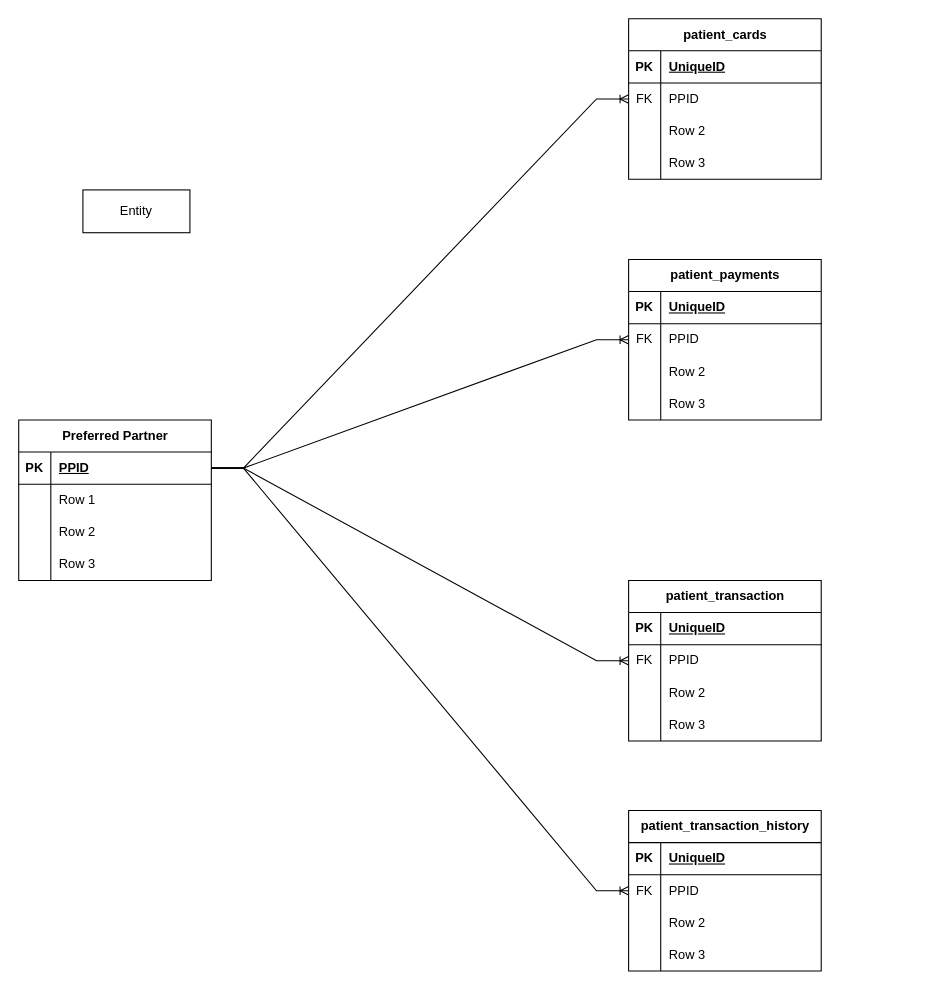
Above: Preferred Partner Entity Relation.drawio in fkbhatti/EHR_Diagrams (draw.io), before the change. Source tidied: cells renumbered, new cells numbered last; positions are measured from the earlier drawing's top-left corner, leaving out a move shared by most shapes. Both pictures are drawn from the tidied source at 107%, with x=0, y=0 at pixel (18, 18).
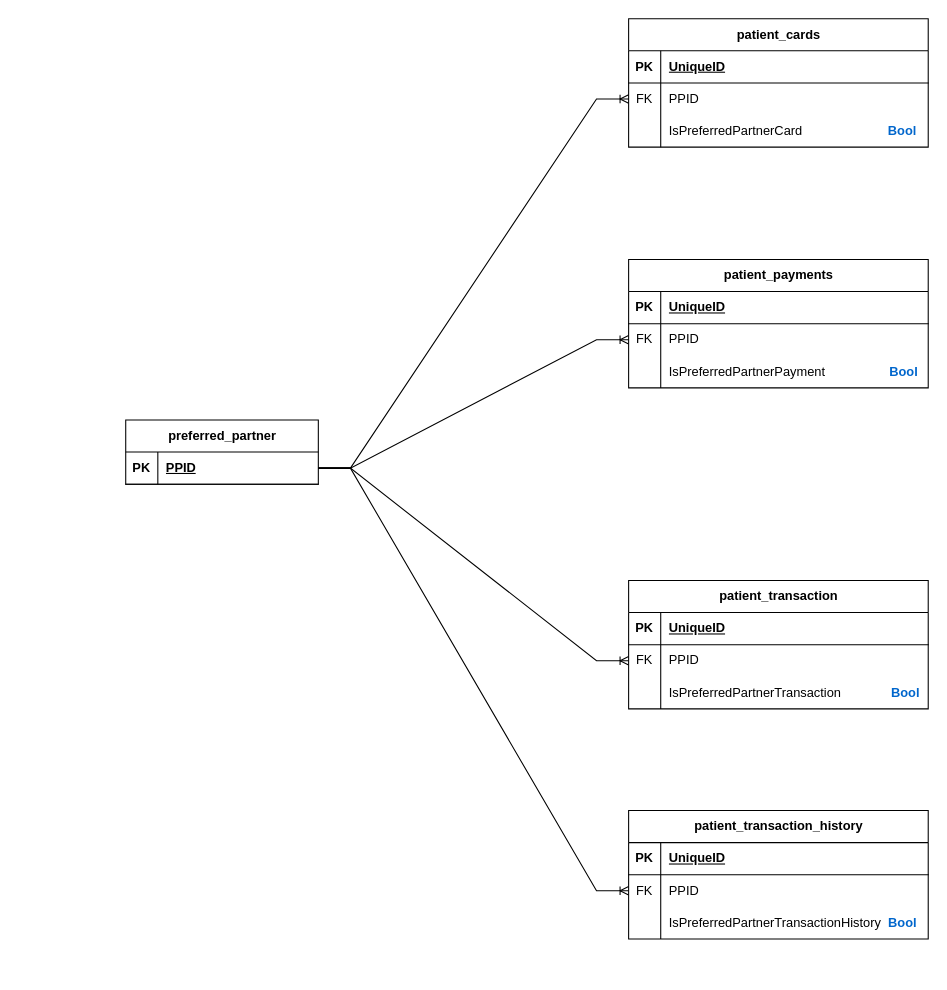
After the change.

Change to the diagram source:
```diff
@@
     <mxCell id="2" value="patient_cards" style="shape=table;startSize=30;childLayout=tableLayout;rowLines=0;fontStyle=1;align=center;html=1;" parent="1" vertex="1">
-      <mxGeometry x="570" width="180" height="150" as="geometry" />
+      <mxGeometry x="570" width="280" height="120" as="geometry" />
     </mxCell>
     <mxCell id="3" style="shape=tableRow;horizontal=0;startSize=0;swimlaneHead=0;swimlaneBody=0;fillColor=none;top=0;left=0;right=0;bottom=1;" parent="2" vertex="1">
-      <mxGeometry y="30" width="180" height="30" as="geometry" />
+      <mxGeometry y="30" width="280" height="30" as="geometry" />
     </mxCell>
@@
     <mxCell id="5" value="UniqueID" style="shape=partialRectangle;fillColor=none;top=0;left=0;bottom=0;right=0;align=left;spacingLeft=6;fontStyle=5;overflow=hidden;whiteSpace=wrap;html=1;" parent="3" vertex="1">
-      <mxGeometry x="30" width="150" height="30" as="geometry" />
+      <mxGeometry x="30" width="250" height="30" as="geometry" />
     </mxCell>
     <mxCell id="6" style="shape=tableRow;horizontal=0;startSize=0;swimlaneHead=0;swimlaneBody=0;fillColor=none;points=[[0,0.5],[1,0.5]];portConstraint=eastwest;top=0;left=0;right=0;bottom=0;" parent="2" vertex="1">
-      <mxGeometry y="60" width="180" height="30" as="geometry" />
+      <mxGeometry y="60" width="280" height="30" as="geometry" />
     </mxCell>
@@
     <mxCell id="8" value="PPID" style="shape=partialRectangle;fillColor=none;top=0;left=0;bottom=0;right=0;align=left;spacingLeft=6;overflow=hidden;whiteSpace=wrap;html=1;" parent="6" vertex="1">
-      <mxGeometry x="30" width="150" height="30" as="geometry" />
+      <mxGeometry x="30" width="250" height="30" as="geometry" />
     </mxCell>
     <mxCell id="9" style="shape=tableRow;horizontal=0;startSize=0;swimlaneHead=0;swimlaneBody=0;fillColor=none;top=0;left=0;right=0;bottom=0;" parent="2" vertex="1">
-      <mxGeometry y="90" width="180" height="30" as="geometry" />
+      <mxGeometry y="90" width="280" height="30" as="geometry" />
     </mxCell>
@@
-    <mxCell id="11" value="Row 2" style="shape=partialRectangle;fillColor=none;top=0;left=0;bottom=0;right=0;align=left;spacingLeft=6;overflow=hidden;whiteSpace=wrap;html=1;" parent="9" vertex="1">
-      <mxGeometry x="30" width="150" height="30" as="geometry" />
+    <mxCell id="11" value="IsPreferredPartnerCard&amp;nbsp; &amp;nbsp; &amp;nbsp; &amp;nbsp; &amp;nbsp; &amp;nbsp; &amp;nbsp; &amp;nbsp; &amp;nbsp; &amp;nbsp; &amp;nbsp; &amp;nbsp; &lt;b&gt;&lt;font color=&quot;#0066cc&quot;&gt;Bool&lt;/font&gt;&lt;/b&gt;" style="shape=partialRectangle;fillColor=none;top=0;left=0;bottom=0;right=0;align=left;spacingLeft=6;overflow=hidden;whiteSpace=wrap;html=1;" parent="9" vertex="1">
+      <mxGeometry x="30" width="250" height="30" as="geometry" />
     </mxCell>
-    <mxCell id="12" style="shape=tableRow;horizontal=0;startSize=0;swimlaneHead=0;swimlaneBody=0;fillColor=none;top=0;left=0;right=0;bottom=0;" parent="2" vertex="1">
-      <mxGeometry y="120" width="180" height="30" as="geometry" />
-    </mxCell>
-    <mxCell id="13" style="shape=partialRectangle;fillColor=none;top=0;left=0;bottom=0;right=0;overflow=hidden;whiteSpace=wrap;html=1;" parent="12" vertex="1">
-      <mxGeometry width="30" height="30" as="geometry" />
-    </mxCell>
-    <mxCell id="14" value="Row 3" style="shape=partialRectangle;fillColor=none;top=0;left=0;bottom=0;right=0;align=left;spacingLeft=6;overflow=hidden;whiteSpace=wrap;html=1;" parent="12" vertex="1">
-      <mxGeometry x="30" width="150" height="30" as="geometry" />
-    </mxCell>
     <mxCell id="15" value="patient_payments" style="shape=table;startSize=30;childLayout=tableLayout;rowLines=0;fontStyle=1;align=center;html=1;" parent="1" vertex="1">
-      <mxGeometry x="570" y="225" width="180" height="150" as="geometry" />
+      <mxGeometry x="570" y="225" width="280" height="120" as="geometry" />
     </mxCell>
     <mxCell id="16" style="shape=tableRow;horizontal=0;startSize=0;swimlaneHead=0;swimlaneBody=0;fillColor=none;top=0;left=0;right=0;bottom=1;" parent="15" vertex="1">
-      <mxGeometry y="30" width="180" height="30" as="geometry" />
+      <mxGeometry y="30" width="280" height="30" as="geometry" />
     </mxCell>
@@
     <mxCell id="18" value="UniqueID" style="shape=partialRectangle;fillColor=none;top=0;left=0;bottom=0;right=0;align=left;spacingLeft=6;fontStyle=5;overflow=hidden;whiteSpace=wrap;html=1;" parent="16" vertex="1">
-      <mxGeometry x="30" width="150" height="30" as="geometry" />
+      <mxGeometry x="30" width="250" height="30" as="geometry" />
     </mxCell>
     <mxCell id="19" style="shape=tableRow;horizontal=0;startSize=0;swimlaneHead=0;swimlaneBody=0;fillColor=none;points=[[0,0.5],[1,0.5]];portConstraint=eastwest;top=0;left=0;right=0;bottom=0;" parent="15" vertex="1">
-      <mxGeometry y="60" width="180" height="30" as="geometry" />
+      <mxGeometry y="60" width="280" height="30" as="geometry" />
     </mxCell>
@@
     <mxCell id="21" value="PPID" style="shape=partialRectangle;fillColor=none;top=0;left=0;bottom=0;right=0;align=left;spacingLeft=6;overflow=hidden;whiteSpace=wrap;html=1;" parent="19" vertex="1">
-      <mxGeometry x="30" width="150" height="30" as="geometry" />
+      <mxGeometry x="30" width="250" height="30" as="geometry" />
     </mxCell>
     <mxCell id="22" style="shape=tableRow;horizontal=0;startSize=0;swimlaneHead=0;swimlaneBody=0;fillColor=none;top=0;left=0;right=0;bottom=0;" parent="15" vertex="1">
-      <mxGeometry y="90" width="180" height="30" as="geometry" />
+      <mxGeometry y="90" width="280" height="30" as="geometry" />
     </mxCell>
@@
-    <mxCell id="24" value="Row 2" style="shape=partialRectangle;fillColor=none;top=0;left=0;bottom=0;right=0;align=left;spacingLeft=6;overflow=hidden;whiteSpace=wrap;html=1;" parent="22" vertex="1">
-      <mxGeometry x="30" width="150" height="30" as="geometry" />
+    <mxCell id="24" value="IsPreferredPartnerPayment&amp;nbsp; &amp;nbsp; &amp;nbsp; &amp;nbsp; &amp;nbsp; &amp;nbsp; &amp;nbsp; &amp;nbsp; &amp;nbsp; &lt;b&gt;&lt;font color=&quot;#0066cc&quot;&gt;Bool&lt;/font&gt;&lt;/b&gt;" style="shape=partialRectangle;fillColor=none;top=0;left=0;bottom=0;right=0;align=left;spacingLeft=6;overflow=hidden;whiteSpace=wrap;html=1;" parent="22" vertex="1">
+      <mxGeometry x="30" width="250" height="30" as="geometry" />
     </mxCell>
-    <mxCell id="25" style="shape=tableRow;horizontal=0;startSize=0;swimlaneHead=0;swimlaneBody=0;fillColor=none;top=0;left=0;right=0;bottom=0;" parent="15" vertex="1">
-      <mxGeometry y="120" width="180" height="30" as="geometry" />
-    </mxCell>
-    <mxCell id="26" style="shape=partialRectangle;fillColor=none;top=0;left=0;bottom=0;right=0;overflow=hidden;whiteSpace=wrap;html=1;" parent="25" vertex="1">
-      <mxGeometry width="30" height="30" as="geometry" />
-    </mxCell>
-    <mxCell id="27" value="Row 3" style="shape=partialRectangle;fillColor=none;top=0;left=0;bottom=0;right=0;align=left;spacingLeft=6;overflow=hidden;whiteSpace=wrap;html=1;" parent="25" vertex="1">
-      <mxGeometry x="30" width="150" height="30" as="geometry" />
-    </mxCell>
     <mxCell id="28" value="patient_transaction" style="shape=table;startSize=30;childLayout=tableLayout;rowLines=0;fontStyle=1;align=center;html=1;" parent="1" vertex="1">
-      <mxGeometry x="570" y="525" width="180" height="150" as="geometry" />
+      <mxGeometry x="570" y="525" width="280" height="120" as="geometry" />
     </mxCell>
     <mxCell id="29" style="shape=tableRow;horizontal=0;startSize=0;swimlaneHead=0;swimlaneBody=0;fillColor=none;top=0;left=0;right=0;bottom=1;" parent="28" vertex="1">
-      <mxGeometry y="30" width="180" height="30" as="geometry" />
+      <mxGeometry y="30" width="280" height="30" as="geometry" />
     </mxCell>
@@
     <mxCell id="31" value="UniqueID" style="shape=partialRectangle;fillColor=none;top=0;left=0;bottom=0;right=0;align=left;spacingLeft=6;fontStyle=5;overflow=hidden;whiteSpace=wrap;html=1;" parent="29" vertex="1">
-      <mxGeometry x="30" width="150" height="30" as="geometry" />
+      <mxGeometry x="30" width="250" height="30" as="geometry" />
     </mxCell>
     <mxCell id="32" style="shape=tableRow;horizontal=0;startSize=0;swimlaneHead=0;swimlaneBody=0;fillColor=none;points=[[0,0.5],[1,0.5]];portConstraint=eastwest;top=0;left=0;right=0;bottom=0;" parent="28" vertex="1">
-      <mxGeometry y="60" width="180" height="30" as="geometry" />
+      <mxGeometry y="60" width="280" height="30" as="geometry" />
     </mxCell>
@@
     <mxCell id="34" value="PPID" style="shape=partialRectangle;fillColor=none;top=0;left=0;bottom=0;right=0;align=left;spacingLeft=6;overflow=hidden;whiteSpace=wrap;html=1;" parent="32" vertex="1">
-      <mxGeometry x="30" width="150" height="30" as="geometry" />
+      <mxGeometry x="30" width="250" height="30" as="geometry" />
     </mxCell>
     <mxCell id="35" style="shape=tableRow;horizontal=0;startSize=0;swimlaneHead=0;swimlaneBody=0;fillColor=none;top=0;left=0;right=0;bottom=0;" parent="28" vertex="1">
-      <mxGeometry y="90" width="180" height="30" as="geometry" />
+      <mxGeometry y="90" width="280" height="30" as="geometry" />
     </mxCell>
@@
-    <mxCell id="37" value="Row 2" style="shape=partialRectangle;fillColor=none;top=0;left=0;bottom=0;right=0;align=left;spacingLeft=6;overflow=hidden;whiteSpace=wrap;html=1;" parent="35" vertex="1">
-      <mxGeometry x="30" width="150" height="30" as="geometry" />
+    <mxCell id="37" value="IsPreferredPartnerTransaction&amp;nbsp; &amp;nbsp; &amp;nbsp; &amp;nbsp; &amp;nbsp; &amp;nbsp; &amp;nbsp; &lt;b&gt;&lt;font color=&quot;#0066cc&quot;&gt;Bool&lt;/font&gt;&lt;/b&gt;" style="shape=partialRectangle;fillColor=none;top=0;left=0;bottom=0;right=0;align=left;spacingLeft=6;overflow=hidden;whiteSpace=wrap;html=1;" parent="35" vertex="1">
+      <mxGeometry x="30" width="250" height="30" as="geometry" />
     </mxCell>
-    <mxCell id="38" style="shape=tableRow;horizontal=0;startSize=0;swimlaneHead=0;swimlaneBody=0;fillColor=none;top=0;left=0;right=0;bottom=0;" parent="28" vertex="1">
-      <mxGeometry y="120" width="180" height="30" as="geometry" />
-    </mxCell>
-    <mxCell id="39" style="shape=partialRectangle;fillColor=none;top=0;left=0;bottom=0;right=0;overflow=hidden;whiteSpace=wrap;html=1;" parent="38" vertex="1">
-      <mxGeometry width="30" height="30" as="geometry" />
-    </mxCell>
-    <mxCell id="40" value="Row 3" style="shape=partialRectangle;fillColor=none;top=0;left=0;bottom=0;right=0;align=left;spacingLeft=6;overflow=hidden;whiteSpace=wrap;html=1;" parent="38" vertex="1">
-      <mxGeometry x="30" width="150" height="30" as="geometry" />
-    </mxCell>
     <mxCell id="41" value="patient_transaction_history" style="shape=table;startSize=30;childLayout=tableLayout;rowLines=0;fontStyle=1;align=center;html=1;" parent="1" vertex="1">
-      <mxGeometry x="570" y="740" width="180" height="150" as="geometry" />
+      <mxGeometry x="570" y="740" width="280" height="120" as="geometry" />
     </mxCell>
     <mxCell id="42" style="shape=tableRow;horizontal=0;startSize=0;swimlaneHead=0;swimlaneBody=0;fillColor=none;top=0;left=0;right=0;bottom=1;" parent="41" vertex="1">
-      <mxGeometry y="30" width="180" height="30" as="geometry" />
+      <mxGeometry y="30" width="280" height="30" as="geometry" />
     </mxCell>
@@
     <mxCell id="44" value="UniqueID" style="shape=partialRectangle;fillColor=none;top=0;left=0;bottom=0;right=0;align=left;spacingLeft=6;fontStyle=5;overflow=hidden;whiteSpace=wrap;html=1;" parent="42" vertex="1">
-      <mxGeometry x="30" width="150" height="30" as="geometry" />
+      <mxGeometry x="30" width="250" height="30" as="geometry" />
     </mxCell>
     <mxCell id="45" style="shape=tableRow;horizontal=0;startSize=0;swimlaneHead=0;swimlaneBody=0;fillColor=none;points=[[0,0.5],[1,0.5]];portConstraint=eastwest;top=0;left=0;right=0;bottom=0;" parent="41" vertex="1">
-      <mxGeometry y="60" width="180" height="30" as="geometry" />
+      <mxGeometry y="60" width="280" height="30" as="geometry" />
     </mxCell>
@@
     <mxCell id="47" value="PPID" style="shape=partialRectangle;fillColor=none;top=0;left=0;bottom=0;right=0;align=left;spacingLeft=6;overflow=hidden;whiteSpace=wrap;html=1;" parent="45" vertex="1">
-      <mxGeometry x="30" width="150" height="30" as="geometry" />
+      <mxGeometry x="30" width="250" height="30" as="geometry" />
     </mxCell>
     <mxCell id="48" style="shape=tableRow;horizontal=0;startSize=0;swimlaneHead=0;swimlaneBody=0;fillColor=none;top=0;left=0;right=0;bottom=0;" parent="41" vertex="1">
-      <mxGeometry y="90" width="180" height="30" as="geometry" />
+      <mxGeometry y="90" width="280" height="30" as="geometry" />
     </mxCell>
@@
-    <mxCell id="50" value="Row 2" style="shape=partialRectangle;fillColor=none;top=0;left=0;bottom=0;right=0;align=left;spacingLeft=6;overflow=hidden;whiteSpace=wrap;html=1;" parent="48" vertex="1">
-      <mxGeometry x="30" width="150" height="30" as="geometry" />
+    <mxCell id="50" value="IsPreferredPartnerTransactionHistory&amp;nbsp; &lt;b&gt;&lt;font color=&quot;#0066cc&quot;&gt;Bool&lt;/font&gt;&lt;/b&gt;" style="shape=partialRectangle;fillColor=none;top=0;left=0;bottom=0;right=0;align=left;spacingLeft=6;overflow=hidden;whiteSpace=wrap;html=1;" parent="48" vertex="1">
+      <mxGeometry x="30" width="250" height="30" as="geometry" />
     </mxCell>
-    <mxCell id="51" style="shape=tableRow;horizontal=0;startSize=0;swimlaneHead=0;swimlaneBody=0;fillColor=none;top=0;left=0;right=0;bottom=0;" parent="41" vertex="1">
-      <mxGeometry y="120" width="180" height="30" as="geometry" />
-    </mxCell>
-    <mxCell id="52" style="shape=partialRectangle;fillColor=none;top=0;left=0;bottom=0;right=0;overflow=hidden;whiteSpace=wrap;html=1;" parent="51" vertex="1">
-      <mxGeometry width="30" height="30" as="geometry" />
-    </mxCell>
-    <mxCell id="53" value="Row 3" style="shape=partialRectangle;fillColor=none;top=0;left=0;bottom=0;right=0;align=left;spacingLeft=6;overflow=hidden;whiteSpace=wrap;html=1;" parent="51" vertex="1">
-      <mxGeometry x="30" width="150" height="30" as="geometry" />
-    </mxCell>
-    <mxCell id="54" value="Preferred Partner" style="shape=table;startSize=30;childLayout=tableLayout;rowLines=0;fontStyle=1;align=center;html=1;" parent="1" vertex="1">
-      <mxGeometry y="375" width="180" height="150" as="geometry" />
+    <mxCell id="54" value="preferred_partner" style="shape=table;startSize=30;childLayout=tableLayout;rowLines=0;fontStyle=1;align=center;html=1;" parent="1" vertex="1">
+      <mxGeometry x="100" y="375" width="180" height="60" as="geometry" />
     </mxCell>
@@
-    <mxCell id="58" style="shape=tableRow;horizontal=0;startSize=0;swimlaneHead=0;swimlaneBody=0;fillColor=none;top=0;left=0;right=0;bottom=0;" parent="54" vertex="1">
-      <mxGeometry y="60" width="180" height="30" as="geometry" />
-    </mxCell>
-    <mxCell id="59" style="shape=partialRectangle;fillColor=none;top=0;left=0;bottom=0;right=0;overflow=hidden;whiteSpace=wrap;html=1;" parent="58" vertex="1">
-      <mxGeometry width="30" height="30" as="geometry" />
-    </mxCell>
-    <mxCell id="60" value="Row 1" style="shape=partialRectangle;fillColor=none;top=0;left=0;bottom=0;right=0;align=left;spacingLeft=6;overflow=hidden;whiteSpace=wrap;html=1;" parent="58" vertex="1">
-      <mxGeometry x="30" width="150" height="30" as="geometry" />
-    </mxCell>
-    <mxCell id="61" style="shape=tableRow;horizontal=0;startSize=0;swimlaneHead=0;swimlaneBody=0;fillColor=none;top=0;left=0;right=0;bottom=0;" parent="54" vertex="1">
-      <mxGeometry y="90" width="180" height="30" as="geometry" />
-    </mxCell>
-    <mxCell id="62" style="shape=partialRectangle;fillColor=none;top=0;left=0;bottom=0;right=0;overflow=hidden;whiteSpace=wrap;html=1;" parent="61" vertex="1">
-      <mxGeometry width="30" height="30" as="geometry" />
-    </mxCell>
-    <mxCell id="63" value="Row 2" style="shape=partialRectangle;fillColor=none;top=0;left=0;bottom=0;right=0;align=left;spacingLeft=6;overflow=hidden;whiteSpace=wrap;html=1;" parent="61" vertex="1">
-      <mxGeometry x="30" width="150" height="30" as="geometry" />
-    </mxCell>
-    <mxCell id="64" style="shape=tableRow;horizontal=0;startSize=0;swimlaneHead=0;swimlaneBody=0;fillColor=none;top=0;left=0;right=0;bottom=0;" parent="54" vertex="1">
-      <mxGeometry y="120" width="180" height="30" as="geometry" />
-    </mxCell>
-    <mxCell id="65" style="shape=partialRectangle;fillColor=none;top=0;left=0;bottom=0;right=0;overflow=hidden;whiteSpace=wrap;html=1;" parent="64" vertex="1">
-      <mxGeometry width="30" height="30" as="geometry" />
-    </mxCell>
-    <mxCell id="66" value="Row 3" style="shape=partialRectangle;fillColor=none;top=0;left=0;bottom=0;right=0;align=left;spacingLeft=6;overflow=hidden;whiteSpace=wrap;html=1;" parent="64" vertex="1">
-      <mxGeometry x="30" width="150" height="30" as="geometry" />
-    </mxCell>
@@
     <mxCell id="68" style="edgeStyle=entityRelationEdgeStyle;fontSize=12;html=1;endArrow=ERoneToMany;rounded=0;entryX=0;entryY=0.5;entryDx=0;entryDy=0;" parent="1" edge="1" target="45">
       <mxGeometry relative="1" as="geometry">
-        <mxPoint x="180" y="420" as="sourcePoint" />
+        <mxPoint x="280" y="420" as="sourcePoint" />
       </mxGeometry>
     </mxCell>
@@
-    <mxCell id="71" value="Entity" style="whiteSpace=wrap;html=1;align=center;" parent="1" vertex="1">
-      <mxGeometry x="60" y="160" width="100" height="40" as="geometry" />
-    </mxCell>
```
